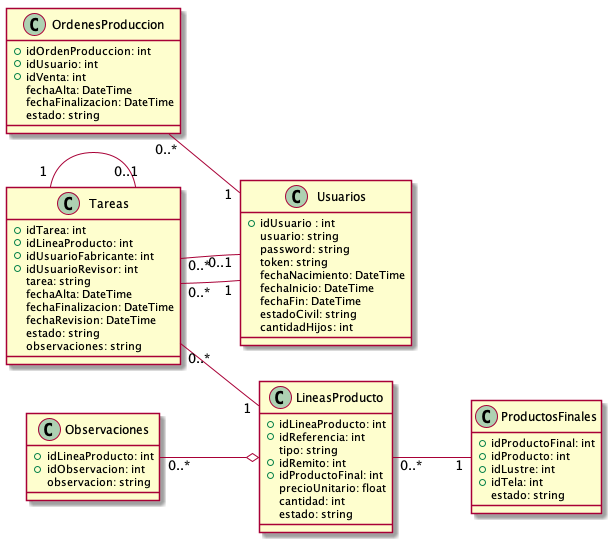
This is Informe Final/Imagenes/DiagramaClases/Vistas/vistaProduccion.png from ZMGestion/DocumentacionZMGestion, a PlantUML export, as it was before one commit.
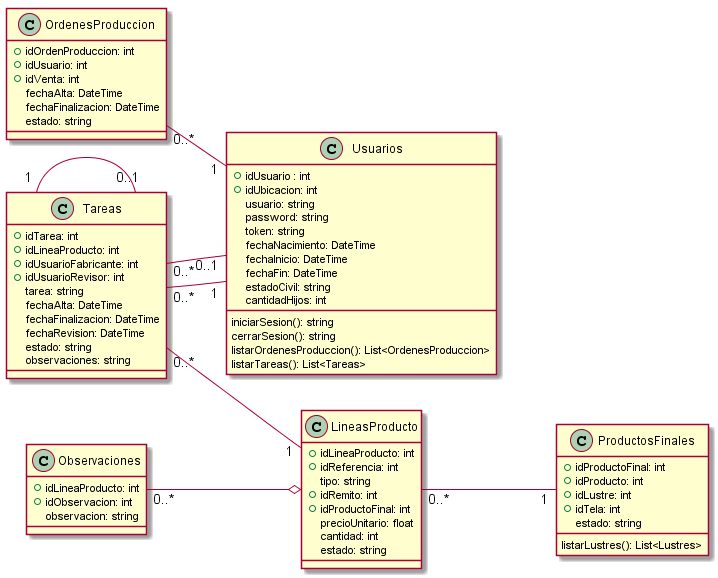
After the change.

Diff of the diagram source:
```diff
@@ -1,6 +1,7 @@
 @startuml vistaProduccion
 class Usuarios {
    +idUsuario : int
+   +idUbicacion: int
    usuario: string
    password: string
    token: string
@@ -9,6 +10,11 @@
    fechaFin: DateTime
    estadoCivil: string
    cantidadHijos: int
+
+   iniciarSesion(): string
+   cerrarSesion(): string
+   listarOrdenesProduccion(): List<OrdenesProduccion>
+   listarTareas(): List<Tareas>
 }
 class Tareas{
     +idTarea: int
@@ -36,6 +42,8 @@
     +idLustre: int
     +idTela: int
     estado: string
+
+    listarLustres(): List<Lustres>
 }
 class Observaciones{
     +idLineaProducto: int
```
